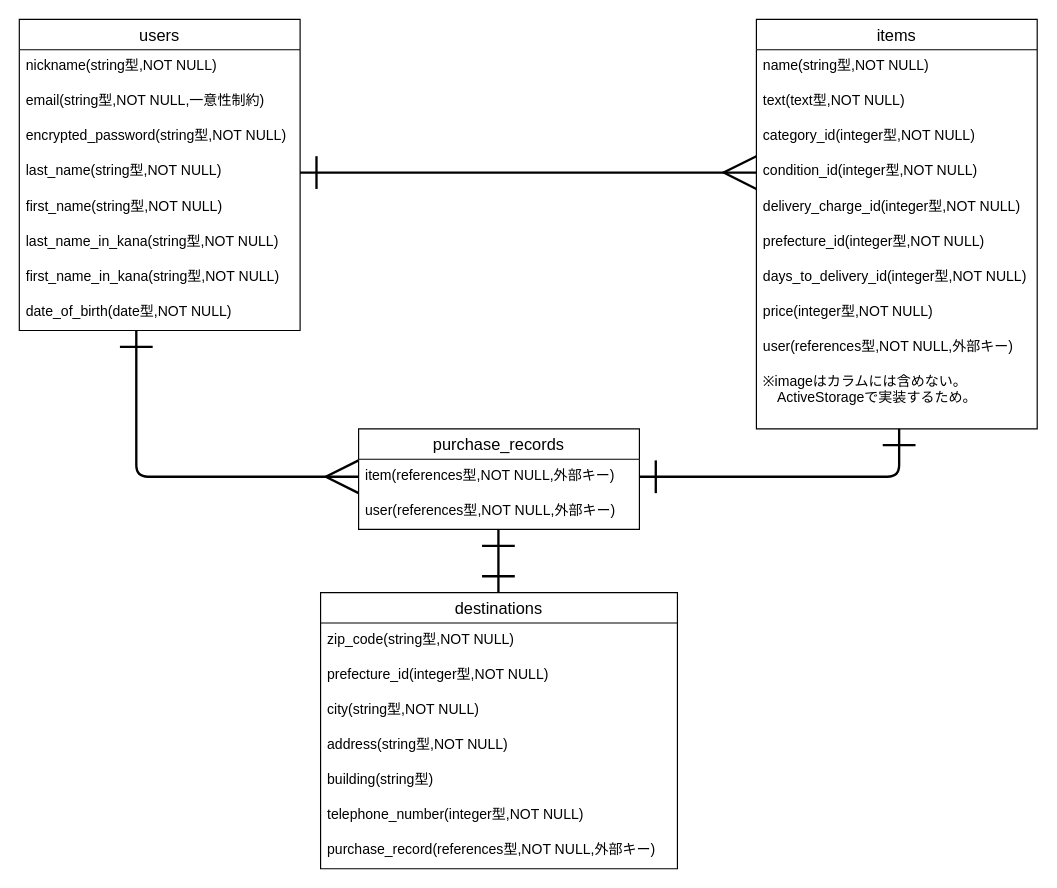
Kei614/furima-36955 keeps this draw.io diagram as er.dio. Above is the earlier version. Source tidied: cells renumbered, new cells numbered last; positions are measured from the earlier drawing's top-left corner, leaving out a move shared by most shapes. Both pictures are drawn from the tidied source at 117%, with x=0, y=0 at pixel (19, 19).
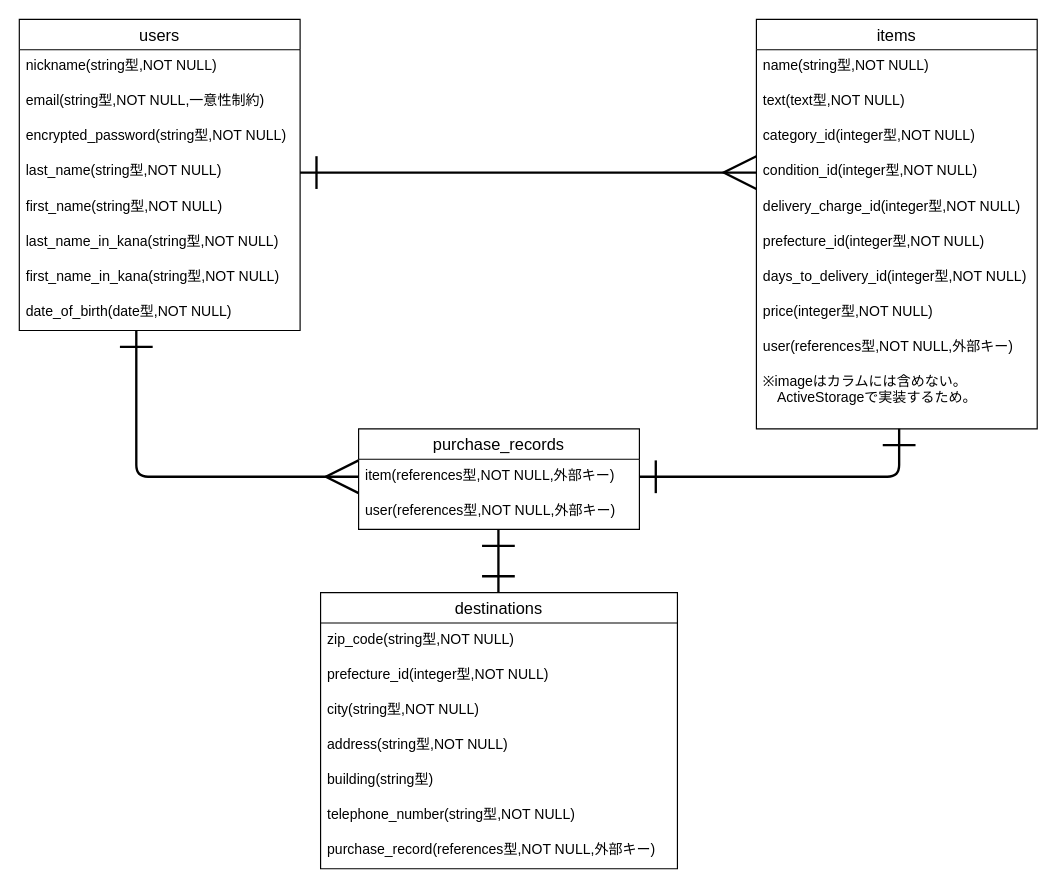
Above is the later version.

The change refers to these unchanged cells:
```xml
<mxCell id="22" value="destinations" style="swimlane;fontStyle=0;horizontal=1;startSize=26;align=center;fontSize=14;" parent="1" vertex="1">
  <mxGeometry x="257.5" y="490" width="305" height="236" as="geometry" />
</mxCell>
```

Diff of the diagram source:
```diff
@@
-    <mxCell id="28" value="telephone_number(integer型,NOT NULL)" style="text;strokeColor=none;fillColor=none;spacingLeft=4;spacingRight=4;overflow=hidden;fontSize=12;" parent="22" vertex="1">
+    <mxCell id="28" value="telephone_number(string型,NOT NULL)" style="text;strokeColor=none;fillColor=none;spacingLeft=4;spacingRight=4;overflow=hidden;fontSize=12;" parent="22" vertex="1">
       <mxGeometry y="176" width="305" height="30" as="geometry" />
     </mxCell>
```
